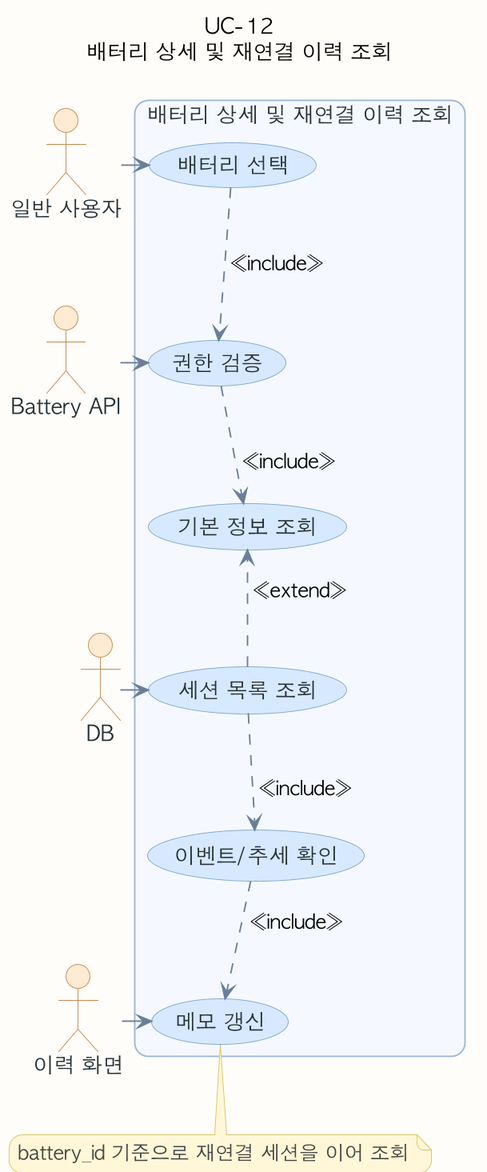
ricky30825-creator/BMS keeps this PlantUML diagram as assets/diagrams/usecase/uc-12-usecase.png. Above is the earlier version. Its source is kept beside it as assets/diagrams/usecase/uc-12-usecase.puml. Source of this version:
```plantuml
@startuml
!pragma layout smetana
skinparam backgroundColor #FEFCF8
skinparam shadowing false
skinparam dpi 180
skinparam defaultFontName "AppleGothic"
skinparam roundcorner 18
skinparam usecase {
  BackgroundColor #F8FAFC
  BorderColor #8EA7C2
  ArrowColor #6B7F99
  FontColor #263238
}
skinparam actor {
  BackgroundColor #FDEBD3
  BorderColor #C58A50
  FontColor #263238
}
skinparam rectangle {
  BackgroundColor #F4F8FF
  BorderColor #9BB6D6
  FontColor #263238
}
skinparam note {
  BackgroundColor #FFF7D6
  BorderColor #D9C36A
  FontColor #444444
}
top to bottom direction
skinparam usecase {
  BackgroundColor #D7E9FF
  BorderColor #7EA6CF
}
title UC-12\n배터리 상세 및 재연결 이력 조회
actor "일반 사용자" as A
actor "Battery API" as S1
actor "DB" as S2
actor "이력 화면" as S3
rectangle "배터리 상세 및 재연결 이력 조회" {
  usecase "배터리 선택" as U1
  usecase "권한 검증" as U2
  usecase "기본 정보 조회" as U3
  usecase "세션 목록 조회" as U4
  usecase "이벤트/추세 확인" as U5
  usecase "메모 갱신" as U6
}
U1 -[hidden]down- U2
U2 -[hidden]down- U3
U3 -[hidden]down- U4
U4 -[hidden]down- U5
U5 -[hidden]down- U6
A -right-> U1
S1 -left-> U2
S2 -left-> U4
S3 -left-> U6
U1 ..> U2 : <<include>>
U2 ..> U3 : <<include>>
U4 ..> U3 : <<extend>>
U4 ..> U5 : <<include>>
U5 ..> U6 : <<include>>
note bottom of U6
battery_id 기준으로 재연결 세션을 이어 조회
end note
@enduml
```
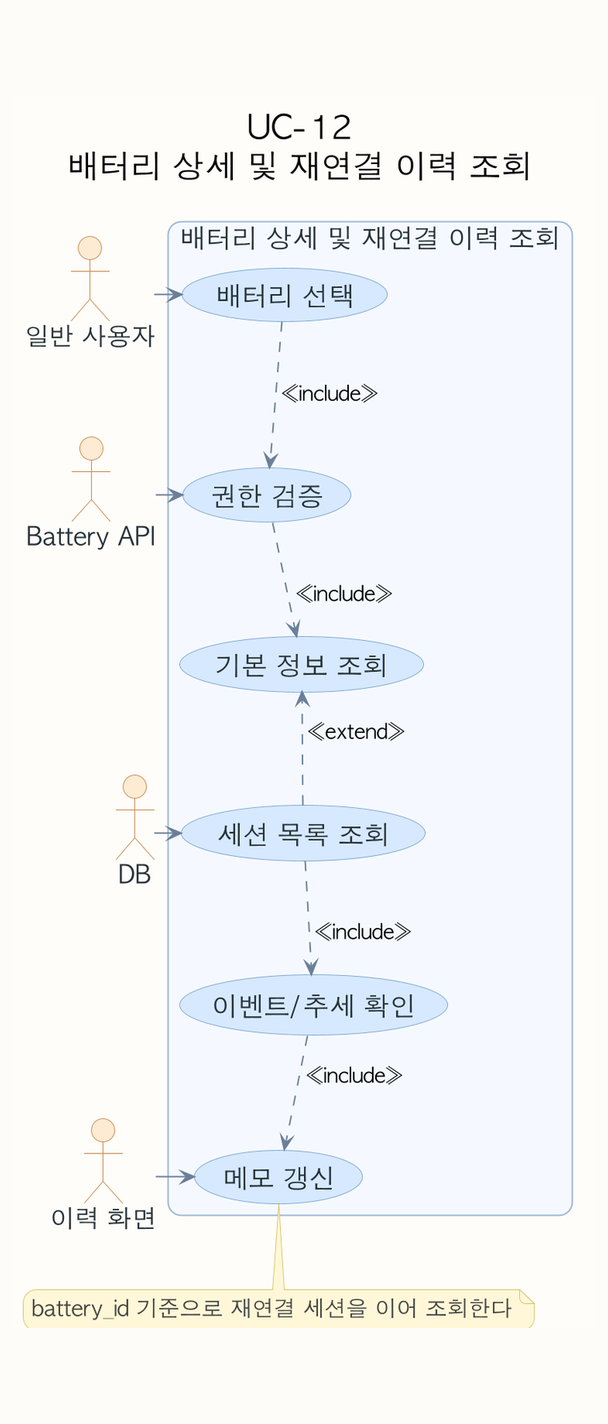
The same file after the commit.

What changed in the source:
```diff
@@ -4,6 +4,12 @@
 skinparam shadowing false
 skinparam dpi 180
 skinparam defaultFontName "AppleGothic"
+skinparam defaultFontSize 18
+skinparam TitleFontSize 22
+skinparam ActorFontSize 17
+skinparam UsecaseFontSize 18
+skinparam NoteFontSize 15
+skinparam ArrowFontSize 14
 skinparam roundcorner 18
 skinparam usecase {
   BackgroundColor #F8FAFC
@@ -59,6 +65,6 @@
 U4 ..> U5 : <<include>>
 U5 ..> U6 : <<include>>
 note bottom of U6
-battery_id 기준으로 재연결 세션을 이어 조회
+battery_id 기준으로 재연결 세션을 이어 조회한다
 end note
 @enduml
```
